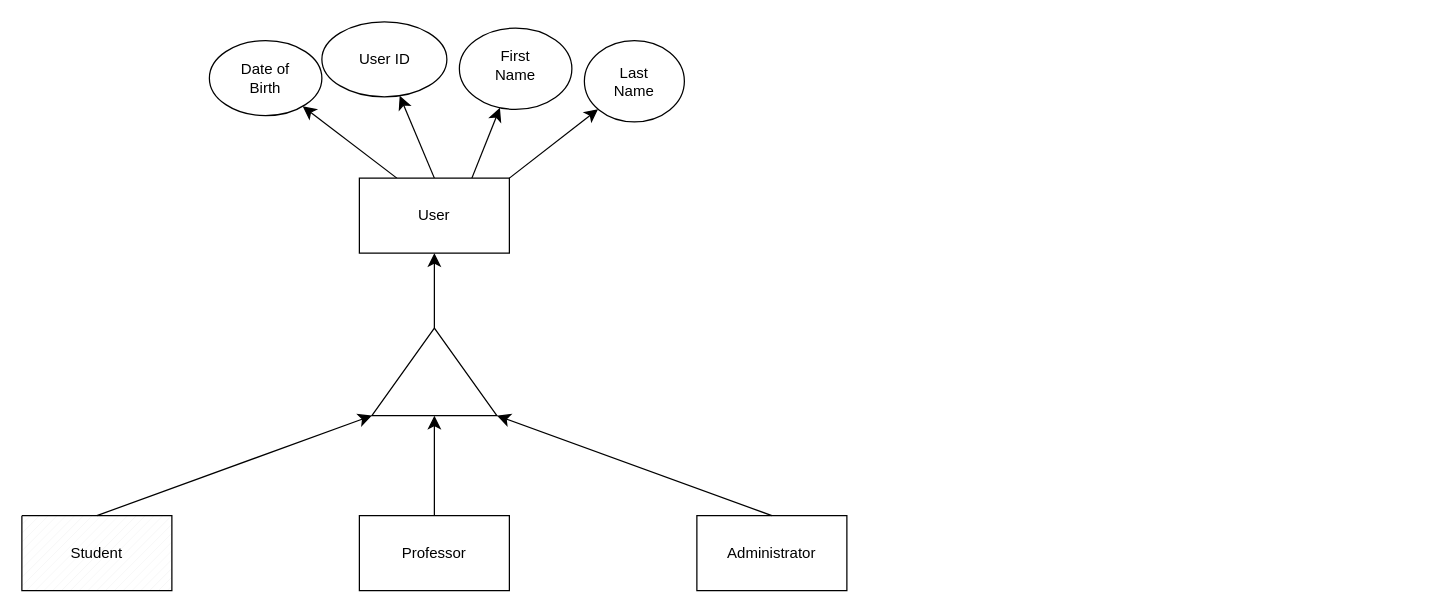
sepaloscodigos/vigilant-parakeet keeps this draw.io diagram as ER Models/Project/Phase1ER.drawio. Above is the earlier version. Source tidied: cells renumbered, new cells numbered last; positions are measured from the earlier drawing's top-left corner, leaving out a move shared by most shapes. Both pictures are drawn from the tidied source at 125%, with x=0, y=0 at pixel (21, 21).
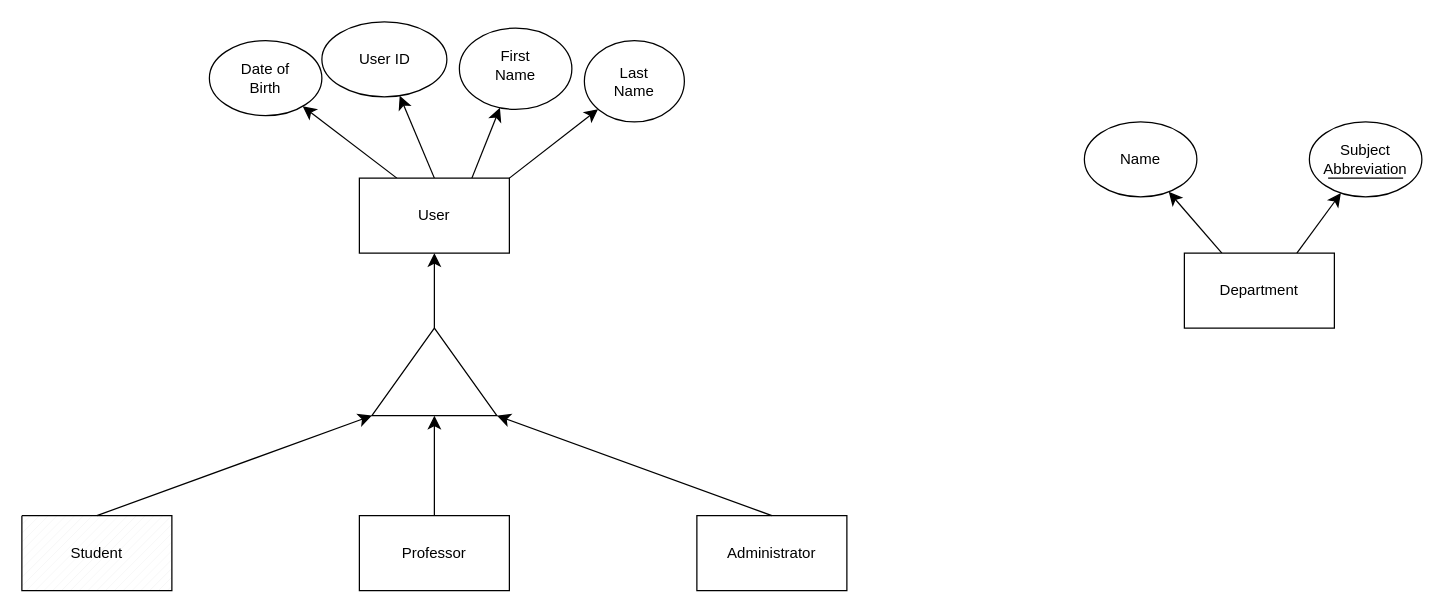
The same page after the edit.

Change to the diagram source:
```diff
@@
+    <mxCell id="27" style="edgeStyle=none;curved=1;rounded=0;jettySize=auto;html=1;exitX=0.25;exitY=0;exitDx=0;exitDy=0;fontSize=12;startSize=8;endSize=8;" parent="1" edge="1" source="29" target="31">
+      <mxGeometry relative="1" as="geometry" />
+    </mxCell>
+    <mxCell id="28" style="edgeStyle=none;curved=1;rounded=0;jettySize=auto;html=1;exitX=0.75;exitY=0;exitDx=0;exitDy=0;fontSize=12;startSize=8;endSize=8;" parent="1" edge="1" source="29" target="33">
+      <mxGeometry relative="1" as="geometry" />
+    </mxCell>
+    <mxCell id="29" style="rounded=0;whiteSpace=wrap;html=1;" parent="1" vertex="1">
+      <mxGeometry x="930" y="185" width="120" height="60" as="geometry" />
+    </mxCell>
+    <mxCell id="30" value="Department" style="text;html=1;whiteSpace=wrap;strokeColor=none;fillColor=none;align=center;verticalAlign=middle;rounded=0;" parent="1" vertex="1">
+      <mxGeometry x="960" y="200" width="60" height="30" as="geometry" />
+    </mxCell>
+    <mxCell id="31" style="ellipse;whiteSpace=wrap;html=1;" parent="1" vertex="1">
+      <mxGeometry x="850" y="80" width="90" height="60" as="geometry" />
+    </mxCell>
+    <mxCell id="32" value="Name" style="text;html=1;whiteSpace=wrap;strokeColor=none;fillColor=none;align=center;verticalAlign=middle;rounded=0;" parent="1" vertex="1">
+      <mxGeometry x="865" y="95" width="60" height="30" as="geometry" />
+    </mxCell>
+    <mxCell id="33" style="ellipse;whiteSpace=wrap;html=1;" parent="1" vertex="1">
+      <mxGeometry x="1030" y="80" width="90" height="60" as="geometry" />
+    </mxCell>
+    <mxCell id="34" value="Subject Abbreviation" style="text;html=1;whiteSpace=wrap;strokeColor=none;fillColor=none;align=center;verticalAlign=middle;rounded=0;" parent="1" vertex="1">
+      <mxGeometry x="1045" y="95" width="60" height="30" as="geometry" />
+    </mxCell>
+    <mxCell id="35" style="endArrow=none;html=1;rounded=0;fontSize=12;startSize=8;endSize=8;curved=1;entryX=1;entryY=1;entryDx=0;entryDy=0;exitX=0;exitY=1;exitDx=0;exitDy=0;" parent="1" edge="1" source="34" target="34">
+      <mxGeometry relative="1" as="geometry" />
+    </mxCell>
```
